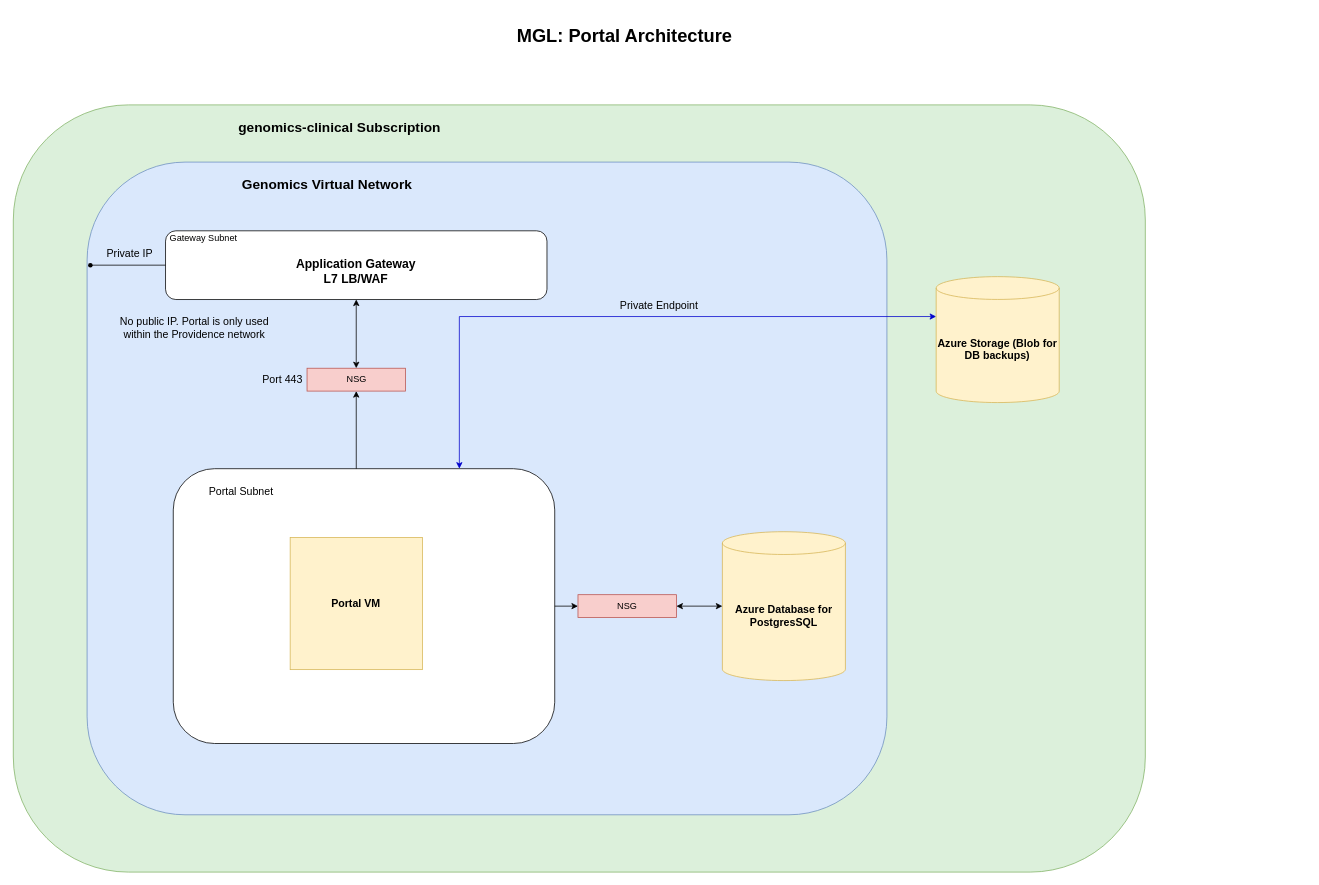
Above: Portal.drawio in dashaylan/DrawIO (draw.io), before the change. Source tidied: cells renumbered, new cells numbered last; positions are measured from the earlier drawing's top-left corner, leaving out a move shared by most shapes. Both pictures are drawn from the tidied source at 76%, with x=0, y=0 at pixel (13, 13).
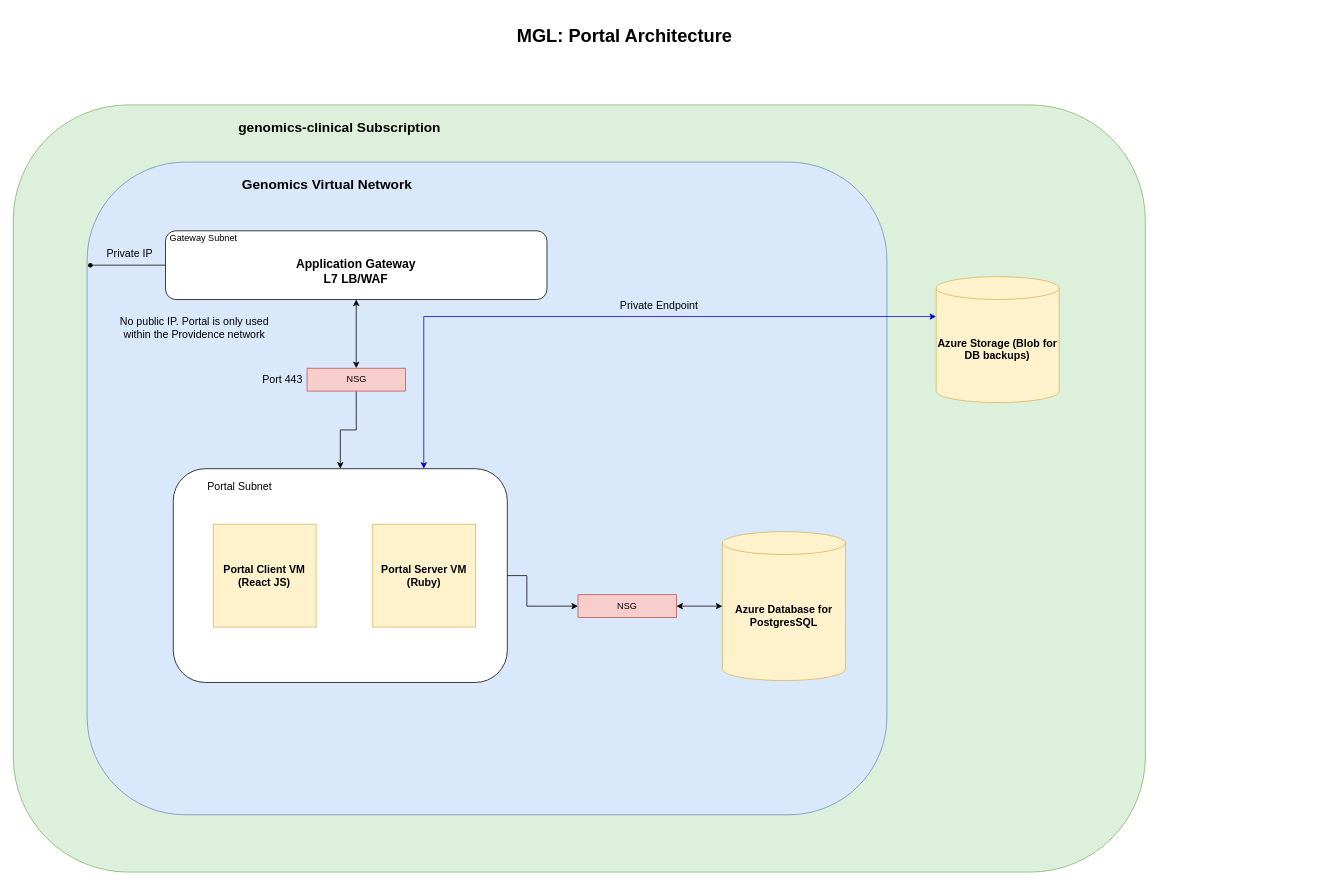
The same page after the edit.

Unchanged cells that the change refers to:
```xml
<mxCell id="3" style="group;" parent="2" vertex="1">
  <mxGeometry y="120.5" width="1700" height="1009.5" as="geometry" />
</mxCell>
<mxCell id="12" value="NSG" style="rounded=0;whiteSpace=wrap;html=1;fillColor=#f8cecc;strokeColor=#b85450;" parent="3" vertex="1">
  <mxGeometry x="386.5" y="346.5" width="129.5" height="30.1" as="geometry" />
</mxCell>
<mxCell id="20" value="&lt;font style=&quot;font-size: 14px&quot;&gt;&lt;b&gt;Azure Storage (Blob for DB backups)&lt;/b&gt;&lt;/font&gt;" style="shape=cylinder3;whiteSpace=wrap;html=1;boundedLbl=1;backgroundOutline=1;size=15;fillColor=#fff2cc;strokeColor=#d6b656;" parent="3" vertex="1">
  <mxGeometry x="1214.3" y="226" width="161.9" height="165.7" as="geometry" />
</mxCell>
```

Change to the diagram source:
```diff
@@
-    <mxCell id="11" style="edgeStyle=orthogonalEdgeStyle;rounded=0;jettySize=auto;html=1;exitX=0.5;exitY=1;exitDx=0;exitDy=0;entryX=0.5;entryY=0;entryDx=0;entryDy=0;startArrow=classic;startFill=1;endArrow=classic;endFill=1;" parent="3" edge="1" source="12" target="27">
-      <mxGeometry relative="1" as="geometry" />
-    </mxCell>
+    <mxCell id="31" style="edgeStyle=orthogonalEdgeStyle;rounded=0;jettySize=auto;html=1;exitX=0.5;exitY=1;exitDx=0;exitDy=0;entryX=0.5;entryY=0;entryDx=0;entryDy=0;" parent="3" edge="1" source="12" target="25">
+      <mxGeometry relative="1" as="geometry" />
+    </mxCell>
@@
-    <mxCell id="19" style="edgeStyle=orthogonalEdgeStyle;rounded=0;jettySize=auto;html=1;exitX=0;exitY=0;exitDx=0;exitDy=52.5;exitPerimeter=0;entryX=0.75;entryY=0;entryDx=0;entryDy=0;startArrow=classic;startFill=1;endArrow=classic;endFill=1;strokeColor=#0000CC;" parent="3" edge="1" source="20" target="25">
+    <mxCell id="19" style="edgeStyle=orthogonalEdgeStyle;rounded=0;jettySize=auto;html=1;exitX=0;exitY=0;exitDx=0;exitDy=52.5;exitPerimeter=0;startArrow=classic;startFill=1;endArrow=classic;endFill=1;strokeColor=#0000CC;entryX=0.75;entryY=0;entryDx=0;entryDy=0;" parent="3" edge="1" source="20" target="25">
       <mxGeometry relative="1" as="geometry" />
     </mxCell>
@@
     <mxCell id="24" style="group;" parent="3" vertex="1">
-      <mxGeometry x="210.5" y="478.7" width="501.9" height="361.6" as="geometry" />
+      <mxGeometry x="210.5" y="478.7" width="439.5" height="281.3" as="geometry" />
     </mxCell>
     <mxCell id="25" style="rounded=1;whiteSpace=wrap;html=1;" parent="24" vertex="1">
-      <mxGeometry width="501.9" height="361.6" as="geometry" />
+      <mxGeometry width="439.5" height="281.3" as="geometry" />
     </mxCell>
     <mxCell id="26" value="&lt;font style=&quot;font-size: 14px&quot;&gt;Portal Subnet&lt;/font&gt;" style="text;html=1;strokeColor=none;fillColor=none;align=center;verticalAlign=middle;whiteSpace=wrap;rounded=0;" parent="24" vertex="1">
-      <mxGeometry x="16.2" y="15.1" width="145.7" height="30.1" as="geometry" />
+      <mxGeometry x="14.2" y="11.7" width="145.8" height="23.4" as="geometry" />
     </mxCell>
-    <mxCell id="27" value="&lt;b&gt;&lt;font style=&quot;font-size: 14px&quot;&gt;Portal VM&lt;/font&gt;&lt;/b&gt;" style="whiteSpace=wrap;html=1;fillColor=#fff2cc;strokeColor=#d6b656;" parent="24" vertex="1">
-      <mxGeometry x="153.8" y="90.4" width="174" height="174" as="geometry" />
+    <mxCell id="27" value="&lt;b&gt;&lt;font style=&quot;font-size: 14px&quot;&gt;Portal Server VM&lt;br&gt;(Ruby)&lt;br&gt;&lt;/font&gt;&lt;/b&gt;" style="whiteSpace=wrap;html=1;fillColor=#fff2cc;strokeColor=#d6b656;" parent="24" vertex="1">
+      <mxGeometry x="262.5" y="73" width="135.4" height="135.4" as="geometry" />
     </mxCell>
+    <mxCell id="32" value="&lt;b&gt;&lt;font style=&quot;font-size: 14px&quot;&gt;Portal Client VM&lt;br&gt;(React JS)&lt;br&gt;&lt;/font&gt;&lt;/b&gt;" style="whiteSpace=wrap;html=1;fillColor=#fff2cc;strokeColor=#d6b656;" parent="24" vertex="1">
+      <mxGeometry x="52.5" y="73" width="135.4" height="135.4" as="geometry" />
+    </mxCell>
```
